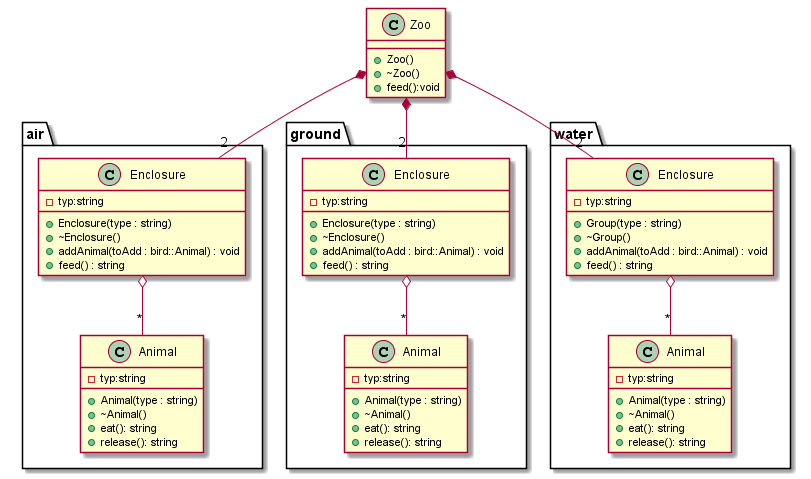
The PlantUML diagram namespaces/zoo.png in JankMi/opr, before a commit.
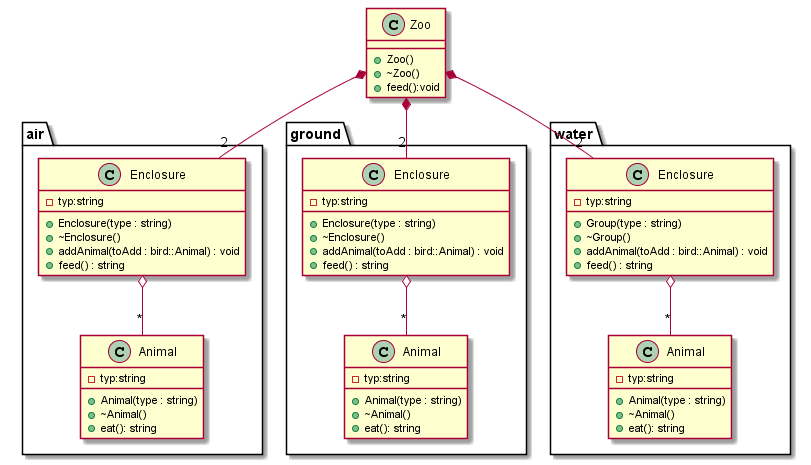
Above is the later version.

Diff of the diagram source:
```diff
@@ -25,7 +25,6 @@
             +Animal(type : string)
             +~Animal()
             +eat(): string
-            +release(): string
             -typ:string
         }
 
@@ -47,7 +46,6 @@
             +Animal(type : string)
             +~Animal()
             +eat(): string
-            +release(): string
             -typ:string
         }
 
@@ -69,7 +67,6 @@
             +Animal(type : string)
             +~Animal()
             +eat(): string
-            +release(): string
             -typ:string
         }
 
```
